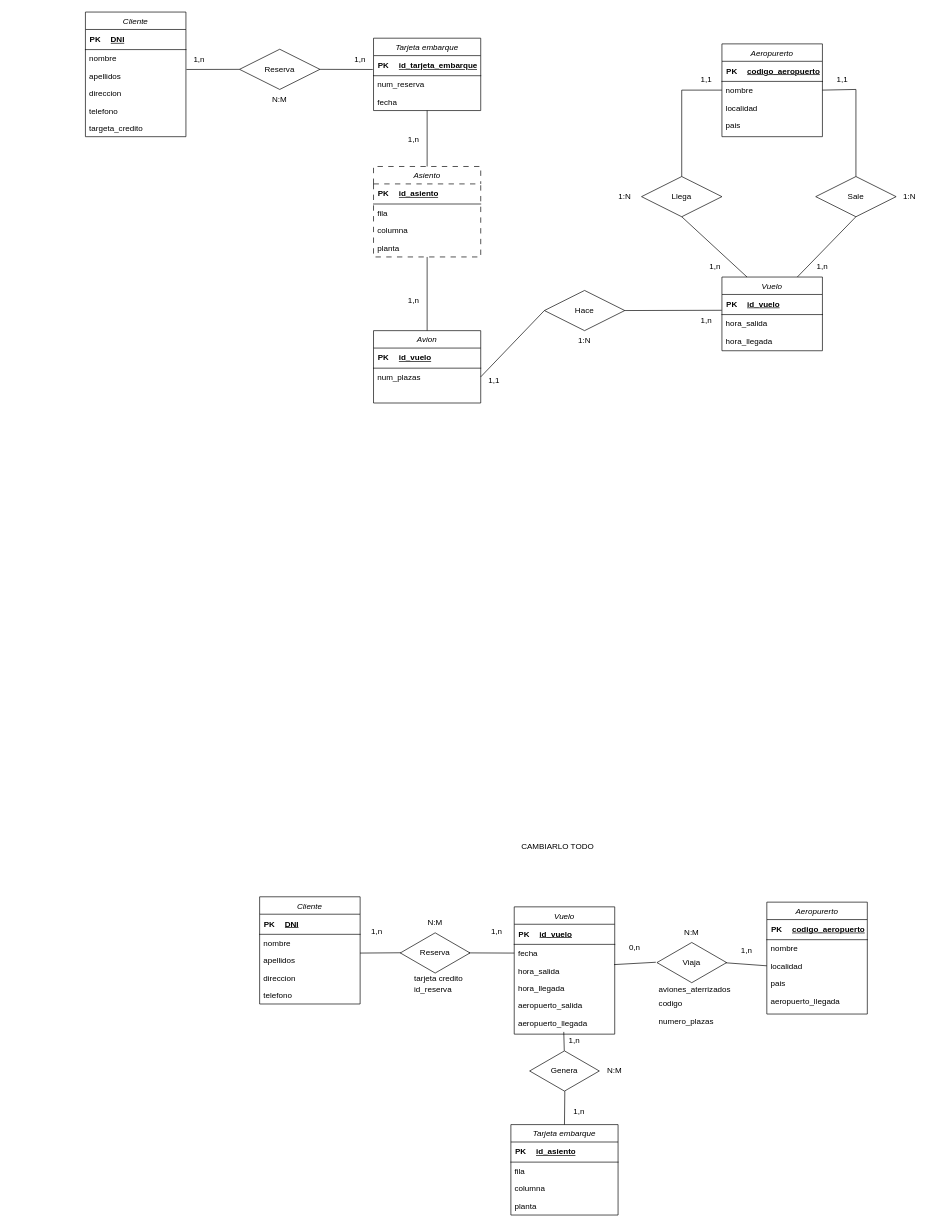
Above: Ejercicio08.drawio in Daninuro/diagrames-cvf-dn-mpl-n-11102023 (draw.io), before the change. Source tidied: cells renumbered, new cells numbered last; positions are measured from the earlier drawing's top-left corner, leaving out a move shared by most shapes. Both pictures are drawn from the tidied source at 67%, with x=0, y=0 at pixel (85, 11).
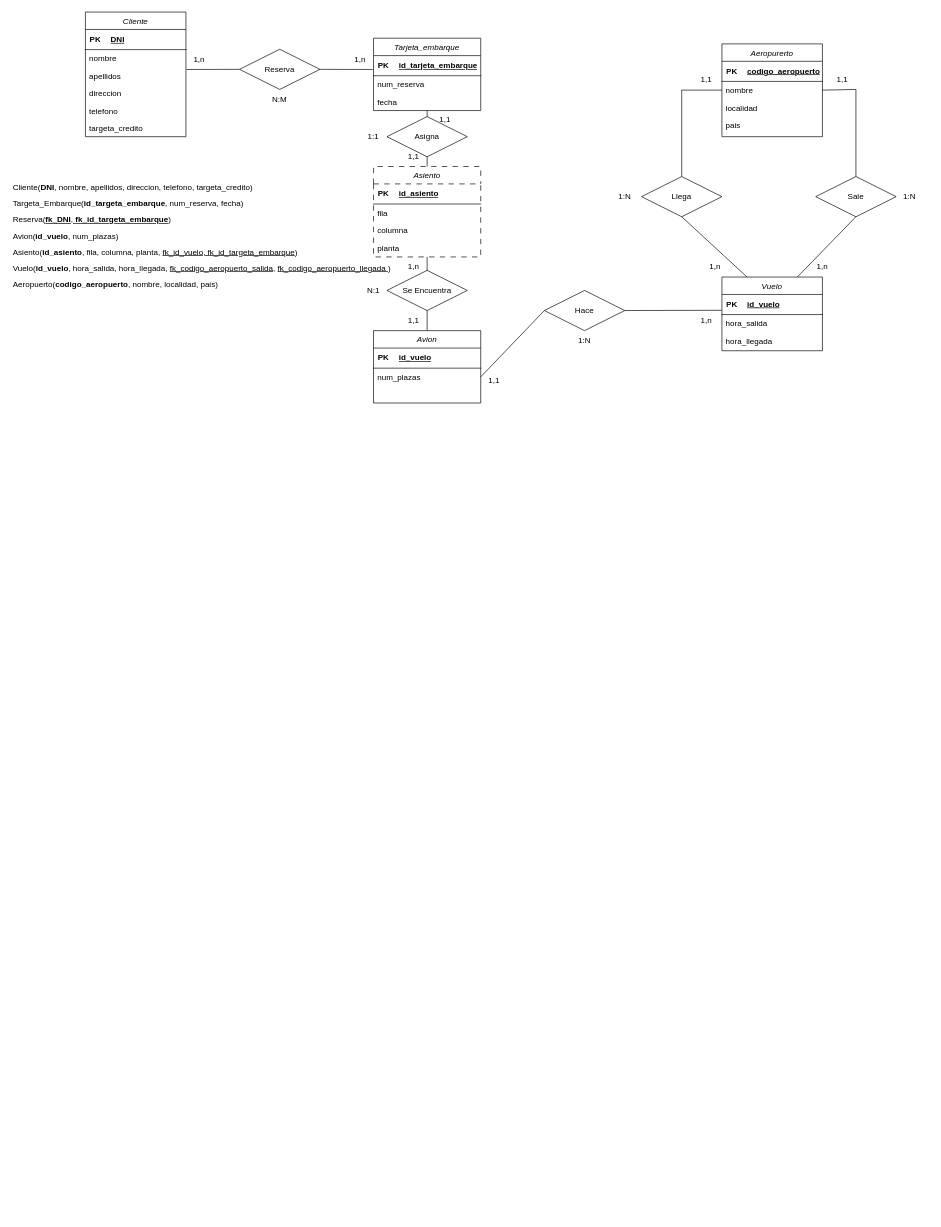
After the change.

Diff of the diagram source:
```diff
@@
-    <mxCell id="2" value="Vuelo" style="swimlane;fontStyle=2;align=center;verticalAlign=top;horizontal=1;startSize=26;rounded=0;shadow=0;strokeWidth=1;" parent="1" vertex="1">
-      <mxGeometry x="640" y="1336" width="150" height="190" as="geometry" />
-    </mxCell>
-    <mxCell id="3" style="shape=table;startSize=0;childLayout=tableLayout;rowLines=0;fontStyle=0;align=center;strokeColor=none;fillColor=none;" parent="2" vertex="1">
-      <mxGeometry y="26" width="150" height="30" as="geometry" />
-    </mxCell>
-    <mxCell id="4" style="shape=tableRow;horizontal=0;startSize=0;swimlaneHead=0;swimlaneBody=0;fillColor=none;top=0;left=0;right=0;bottom=1;" parent="3" vertex="1">
-      <mxGeometry width="150" height="30" as="geometry" />
-    </mxCell>
-    <mxCell id="5" value="PK" style="shape=partialRectangle;fillColor=none;top=0;left=0;bottom=0;right=0;fontStyle=1;overflow=hidden;whiteSpace=wrap;html=1;" parent="4" vertex="1">
-      <mxGeometry width="30" height="30" as="geometry" />
-    </mxCell>
-    <mxCell id="6" value="id_vuelo" style="shape=partialRectangle;fillColor=none;top=0;left=0;bottom=0;right=0;align=left;spacingLeft=6;fontStyle=5;overflow=hidden;whiteSpace=wrap;html=1;" parent="4" vertex="1">
-      <mxGeometry x="30" width="120" height="30" as="geometry" />
-    </mxCell>
-    <mxCell id="7" value="fecha" style="text;align=left;verticalAlign=top;spacingLeft=4;spacingRight=4;overflow=hidden;rounded=0;shadow=0;html=0;" parent="2" vertex="1">
-      <mxGeometry y="56" width="150" height="26" as="geometry" />
-    </mxCell>
-    <mxCell id="8" value="hora_salida" style="text;align=left;verticalAlign=top;spacingLeft=4;spacingRight=4;overflow=hidden;rounded=0;shadow=0;html=0;" parent="2" vertex="1">
-      <mxGeometry y="82" width="150" height="26" as="geometry" />
-    </mxCell>
-    <mxCell id="9" value="hora_llegada" style="text;align=left;verticalAlign=top;spacingLeft=4;spacingRight=4;overflow=hidden;" parent="2" vertex="1">
-      <mxGeometry y="108" width="150" height="26" as="geometry" />
-    </mxCell>
-    <mxCell id="10" value="aeropuerto_salida" style="text;align=left;verticalAlign=top;spacingLeft=4;spacingRight=4;overflow=hidden;" parent="2" vertex="1">
-      <mxGeometry y="134" width="150" height="26" as="geometry" />
-    </mxCell>
-    <mxCell id="11" value="aeropuerto_llegada" style="text;align=left;verticalAlign=top;spacingLeft=4;spacingRight=4;overflow=hidden;points=[[0,0.5],[1,0.5]];portConstraint=eastwest;" parent="2" vertex="1">
-      <mxGeometry y="160" width="150" height="26" as="geometry" />
-    </mxCell>
-    <mxCell id="12" value="Cliente" style="swimlane;fontStyle=2;align=center;verticalAlign=top;horizontal=1;startSize=26;rounded=0;shadow=0;strokeWidth=1;" parent="1" vertex="1">
-      <mxGeometry x="260" y="1321" width="150" height="160" as="geometry" />
-    </mxCell>
-    <mxCell id="13" style="shape=table;startSize=0;childLayout=tableLayout;rowLines=0;fontStyle=0;align=center;strokeColor=none;fillColor=none;" parent="12" vertex="1">
-      <mxGeometry y="26" width="150" height="30" as="geometry" />
-    </mxCell>
-    <mxCell id="14" style="shape=tableRow;horizontal=0;startSize=0;swimlaneHead=0;swimlaneBody=0;fillColor=none;top=0;left=0;right=0;bottom=1;" parent="13" vertex="1">
-      <mxGeometry width="150" height="30" as="geometry" />
-    </mxCell>
-    <mxCell id="15" value="PK" style="shape=partialRectangle;fillColor=none;top=0;left=0;bottom=0;right=0;fontStyle=1;overflow=hidden;whiteSpace=wrap;html=1;" parent="14" vertex="1">
-      <mxGeometry width="30" height="30" as="geometry" />
-    </mxCell>
-    <mxCell id="16" value="DNI" style="shape=partialRectangle;fillColor=none;top=0;left=0;bottom=0;right=0;align=left;spacingLeft=6;fontStyle=5;overflow=hidden;whiteSpace=wrap;html=1;" parent="14" vertex="1">
-      <mxGeometry x="30" width="120" height="30" as="geometry" />
-    </mxCell>
-    <mxCell id="17" value="nombre" style="text;align=left;verticalAlign=top;spacingLeft=4;spacingRight=4;overflow=hidden;rounded=0;shadow=0;html=0;" parent="12" vertex="1">
-      <mxGeometry y="56" width="150" height="26" as="geometry" />
-    </mxCell>
-    <mxCell id="18" value="apellidos" style="text;align=left;verticalAlign=top;spacingLeft=4;spacingRight=4;overflow=hidden;rounded=0;shadow=0;html=0;" parent="12" vertex="1">
-      <mxGeometry y="82" width="150" height="26" as="geometry" />
-    </mxCell>
-    <mxCell id="19" value="direccion" style="text;align=left;verticalAlign=top;spacingLeft=4;spacingRight=4;overflow=hidden;rounded=0;shadow=0;html=0;" parent="12" vertex="1">
-      <mxGeometry y="108" width="150" height="26" as="geometry" />
-    </mxCell>
-    <mxCell id="20" value="telefono" style="text;align=left;verticalAlign=top;spacingLeft=4;spacingRight=4;overflow=hidden;rounded=0;shadow=0;html=0;" parent="12" vertex="1">
-      <mxGeometry y="134" width="150" height="26" as="geometry" />
-    </mxCell>
-    <mxCell id="21" value="Tarjeta embarque" style="swimlane;fontStyle=2;align=center;verticalAlign=top;horizontal=1;startSize=26;rounded=0;shadow=0;strokeWidth=1;" parent="1" vertex="1">
-      <mxGeometry x="635" y="1661" width="160" height="135" as="geometry" />
-    </mxCell>
-    <mxCell id="22" style="shape=table;startSize=0;childLayout=tableLayout;rowLines=0;fontStyle=0;align=center;strokeColor=none;fillColor=none;" parent="21" vertex="1">
-      <mxGeometry y="26" width="160" height="30" as="geometry" />
-    </mxCell>
-    <mxCell id="23" style="shape=tableRow;horizontal=0;startSize=0;swimlaneHead=0;swimlaneBody=0;fillColor=none;top=0;left=0;right=0;bottom=1;" parent="22" vertex="1">
-      <mxGeometry width="160" height="30" as="geometry" />
-    </mxCell>
-    <mxCell id="24" value="PK" style="shape=partialRectangle;fillColor=none;top=0;left=0;bottom=0;right=0;fontStyle=1;overflow=hidden;whiteSpace=wrap;html=1;" parent="23" vertex="1">
-      <mxGeometry width="30" height="30" as="geometry" />
-    </mxCell>
-    <mxCell id="25" value="id_asiento" style="shape=partialRectangle;fillColor=none;top=0;left=0;bottom=0;right=0;align=left;spacingLeft=6;fontStyle=5;overflow=hidden;whiteSpace=wrap;html=1;" parent="23" vertex="1">
-      <mxGeometry x="30" width="130" height="30" as="geometry" />
-    </mxCell>
-    <mxCell id="26" value="fila" style="text;align=left;verticalAlign=top;spacingLeft=4;spacingRight=4;overflow=hidden;rounded=0;shadow=0;html=0;" parent="21" vertex="1">
-      <mxGeometry y="56" width="160" height="26" as="geometry" />
-    </mxCell>
-    <mxCell id="27" value="columna" style="text;align=left;verticalAlign=top;spacingLeft=4;spacingRight=4;overflow=hidden;rounded=0;shadow=0;html=0;" parent="21" vertex="1">
-      <mxGeometry y="82" width="160" height="26" as="geometry" />
-    </mxCell>
-    <mxCell id="28" value="planta" style="text;align=left;verticalAlign=top;spacingLeft=4;spacingRight=4;overflow=hidden;rounded=0;shadow=0;html=0;" parent="21" vertex="1">
-      <mxGeometry y="108" width="160" height="26" as="geometry" />
-    </mxCell>
-    <mxCell id="29" style="html=1;whiteSpace=wrap;shape=isoRectangle;" parent="1" vertex="1">
-      <mxGeometry x="470" y="1373.6" width="104" height="62.4" as="geometry" />
-    </mxCell>
-    <mxCell id="30" value="Reserva" style="text;html=1;strokeColor=none;fillColor=none;align=center;verticalAlign=middle;whiteSpace=wrap;rounded=0;" parent="1" vertex="1">
-      <mxGeometry x="498" y="1396.7" width="48" height="16.2" as="geometry" />
-    </mxCell>
-    <mxCell id="31" style="endArrow=none;html=1;rounded=0;entryX=1;entryY=0.5;entryDx=0;entryDy=0;exitX=0.007;exitY=0.496;exitDx=0;exitDy=0;exitPerimeter=0;" parent="1" edge="1" source="29">
-      <mxGeometry relative="1" as="geometry">
-        <mxPoint x="410" y="1405" as="targetPoint" />
-      </mxGeometry>
-    </mxCell>
-    <mxCell id="32" style="endArrow=none;html=1;rounded=0;entryX=0;entryY=0.5;entryDx=0;entryDy=0;exitX=0.983;exitY=0.499;exitDx=0;exitDy=0;exitPerimeter=0;" parent="1" edge="1" source="29">
-      <mxGeometry relative="1" as="geometry">
-        <mxPoint x="640" y="1405" as="targetPoint" />
-      </mxGeometry>
-    </mxCell>
-    <mxCell id="33" value="1,n" style="text;html=1;strokeColor=none;fillColor=none;align=center;verticalAlign=middle;whiteSpace=wrap;rounded=0;" parent="1" vertex="1">
-      <mxGeometry x="410" y="1360" width="50" height="26" as="geometry" />
-    </mxCell>
-    <mxCell id="34" value="1,n" style="text;html=1;strokeColor=none;fillColor=none;align=center;verticalAlign=middle;whiteSpace=wrap;rounded=0;" parent="1" vertex="1">
-      <mxGeometry x="584" y="1358" width="60" height="30" as="geometry" />
-    </mxCell>
-    <mxCell id="35" value="N:M" style="text;html=1;strokeColor=none;fillColor=none;align=center;verticalAlign=middle;whiteSpace=wrap;rounded=0;" parent="1" vertex="1">
-      <mxGeometry x="492" y="1343.6" width="60" height="30" as="geometry" />
-    </mxCell>
-    <mxCell id="36" style="html=1;whiteSpace=wrap;shape=isoRectangle;" parent="1" vertex="1">
-      <mxGeometry x="663" y="1549.8" width="104" height="62.4" as="geometry" />
-    </mxCell>
-    <mxCell id="37" value="Genera" style="text;html=1;strokeColor=none;fillColor=none;align=center;verticalAlign=middle;whiteSpace=wrap;rounded=0;" parent="1" vertex="1">
-      <mxGeometry x="685" y="1566" width="60" height="30" as="geometry" />
-    </mxCell>
-    <mxCell id="38" style="endArrow=none;html=1;rounded=0;entryX=0.497;entryY=0.016;entryDx=0;entryDy=0;exitX=0.493;exitY=1.026;exitDx=0;exitDy=0;exitPerimeter=0;entryPerimeter=0;" parent="1" edge="1" source="11" target="36">
-      <mxGeometry relative="1" as="geometry" />
-    </mxCell>
-    <mxCell id="39" style="endArrow=none;html=1;rounded=0;entryX=0.5;entryY=0;entryDx=0;entryDy=0;exitX=0.505;exitY=0.982;exitDx=0;exitDy=0;exitPerimeter=0;" parent="1" edge="1" source="36" target="21">
-      <mxGeometry relative="1" as="geometry" />
-    </mxCell>
-    <mxCell id="40" value="1,n" style="text;html=1;strokeColor=none;fillColor=none;align=center;verticalAlign=middle;whiteSpace=wrap;rounded=0;" parent="1" vertex="1">
-      <mxGeometry x="707" y="1626" width="60" height="30" as="geometry" />
-    </mxCell>
-    <mxCell id="41" value="1,n" style="text;html=1;strokeColor=none;fillColor=none;align=center;verticalAlign=middle;whiteSpace=wrap;rounded=0;" parent="1" vertex="1">
-      <mxGeometry x="700" y="1519.8" width="60" height="30" as="geometry" />
-    </mxCell>
-    <mxCell id="42" value="N:M" style="text;html=1;strokeColor=none;fillColor=none;align=center;verticalAlign=middle;whiteSpace=wrap;rounded=0;" parent="1" vertex="1">
-      <mxGeometry x="760" y="1566" width="60" height="30" as="geometry" />
-    </mxCell>
-    <mxCell id="43" value="tarjeta credito" style="text;align=left;verticalAlign=top;spacingLeft=4;spacingRight=4;overflow=hidden;rounded=0;shadow=0;html=0;" parent="1" vertex="1">
-      <mxGeometry x="485" y="1429" width="150" height="26" as="geometry" />
-    </mxCell>
-    <mxCell id="44" value="id_reserva" style="text;align=left;verticalAlign=top;spacingLeft=4;spacingRight=4;overflow=hidden;" parent="1" vertex="1">
-      <mxGeometry x="485" y="1445.2" width="160" height="26" as="geometry" />
-    </mxCell>
-    <mxCell id="45" style="html=1;whiteSpace=wrap;shape=isoRectangle;" parent="1" vertex="1">
-      <mxGeometry x="853" y="1388" width="104" height="62.4" as="geometry" />
-    </mxCell>
-    <mxCell id="46" value="Aeropurerto" style="swimlane;fontStyle=2;align=center;verticalAlign=top;horizontal=1;startSize=26;rounded=0;shadow=0;strokeWidth=1;" parent="1" vertex="1">
-      <mxGeometry x="1017" y="1329" width="150" height="167" as="geometry" />
-    </mxCell>
-    <mxCell id="47" style="shape=table;startSize=0;childLayout=tableLayout;rowLines=0;fontStyle=0;align=center;strokeColor=none;fillColor=none;" parent="46" vertex="1">
-      <mxGeometry y="26" width="150" height="30" as="geometry" />
-    </mxCell>
-    <mxCell id="48" style="shape=tableRow;horizontal=0;startSize=0;swimlaneHead=0;swimlaneBody=0;fillColor=none;top=0;left=0;right=0;bottom=1;" parent="47" vertex="1">
-      <mxGeometry width="150" height="30" as="geometry" />
-    </mxCell>
-    <mxCell id="49" value="PK" style="shape=partialRectangle;fillColor=none;top=0;left=0;bottom=0;right=0;fontStyle=1;overflow=hidden;whiteSpace=wrap;html=1;" parent="48" vertex="1">
-      <mxGeometry width="30" height="30" as="geometry" />
-    </mxCell>
-    <mxCell id="50" value="codigo_aeropuerto" style="shape=partialRectangle;fillColor=none;top=0;left=0;bottom=0;right=0;align=left;spacingLeft=6;fontStyle=5;overflow=hidden;whiteSpace=wrap;html=1;" parent="48" vertex="1">
-      <mxGeometry x="30" width="120" height="30" as="geometry" />
-    </mxCell>
-    <mxCell id="51" value="nombre" style="text;align=left;verticalAlign=top;spacingLeft=4;spacingRight=4;overflow=hidden;rounded=0;shadow=0;html=0;" parent="46" vertex="1">
-      <mxGeometry y="56" width="150" height="26" as="geometry" />
-    </mxCell>
-    <mxCell id="52" value="localidad" style="text;align=left;verticalAlign=top;spacingLeft=4;spacingRight=4;overflow=hidden;points=[[0,0.5],[1,0.5]];portConstraint=eastwest;rounded=0;shadow=0;html=0;" parent="46" vertex="1">
-      <mxGeometry y="82" width="150" height="26" as="geometry" />
-    </mxCell>
-    <mxCell id="53" value="pais" style="text;align=left;verticalAlign=top;spacingLeft=4;spacingRight=4;overflow=hidden;" parent="46" vertex="1">
-      <mxGeometry y="108" width="150" height="26" as="geometry" />
-    </mxCell>
-    <mxCell id="54" value="aeropuerto_llegada" style="text;align=left;verticalAlign=top;spacingLeft=4;spacingRight=4;overflow=hidden;" parent="46" vertex="1">
-      <mxGeometry y="134" width="150" height="26" as="geometry" />
-    </mxCell>
-    <mxCell id="55" value="Viaja" style="text;html=1;strokeColor=none;fillColor=none;align=center;verticalAlign=middle;whiteSpace=wrap;rounded=0;" parent="1" vertex="1">
-      <mxGeometry x="875" y="1404.2" width="60" height="30" as="geometry" />
-    </mxCell>
-    <mxCell id="56" style="endArrow=none;html=1;rounded=0;entryX=1;entryY=0.5;entryDx=0;entryDy=0;exitX=-0.016;exitY=0.492;exitDx=0;exitDy=0;exitPerimeter=0;" parent="1" edge="1" source="45">
-      <mxGeometry relative="1" as="geometry">
-        <mxPoint x="789" y="1422.2" as="targetPoint" />
-      </mxGeometry>
-    </mxCell>
-    <mxCell id="57" style="endArrow=none;html=1;rounded=0;entryX=0;entryY=0.5;entryDx=0;entryDy=0;exitX=0.986;exitY=0.505;exitDx=0;exitDy=0;exitPerimeter=0;" parent="1" edge="1" source="45" target="52">
-      <mxGeometry relative="1" as="geometry" />
-    </mxCell>
-    <mxCell id="58" value="aviones_aterrizados" style="text;align=left;verticalAlign=top;spacingLeft=4;spacingRight=4;overflow=hidden;" parent="1" vertex="1">
-      <mxGeometry x="850" y="1445.2" width="150" height="26" as="geometry" />
-    </mxCell>
-    <mxCell id="59" value="codigo" style="text;align=left;verticalAlign=top;spacingLeft=4;spacingRight=4;overflow=hidden;" parent="1" vertex="1">
-      <mxGeometry x="850" y="1466" width="150" height="26" as="geometry" />
-    </mxCell>
-    <mxCell id="60" value="numero_plazas" style="text;align=left;verticalAlign=top;spacingLeft=4;spacingRight=4;overflow=hidden;" parent="1" vertex="1">
-      <mxGeometry x="850" y="1493.8" width="150" height="26" as="geometry" />
-    </mxCell>
-    <mxCell id="61" value="0,n" style="text;html=1;strokeColor=none;fillColor=none;align=center;verticalAlign=middle;whiteSpace=wrap;rounded=0;" parent="1" vertex="1">
-      <mxGeometry x="790" y="1382.2" width="60" height="30" as="geometry" />
-    </mxCell>
-    <mxCell id="62" value="1,n" style="text;html=1;strokeColor=none;fillColor=none;align=center;verticalAlign=middle;whiteSpace=wrap;rounded=0;" parent="1" vertex="1">
-      <mxGeometry x="957" y="1386" width="60" height="30" as="geometry" />
-    </mxCell>
-    <mxCell id="63" value="N:M" style="text;html=1;strokeColor=none;fillColor=none;align=center;verticalAlign=middle;whiteSpace=wrap;rounded=0;" parent="1" vertex="1">
-      <mxGeometry x="875" y="1359.8" width="60" height="30" as="geometry" />
-    </mxCell>
-    <mxCell id="64" value="CAMBIARLO TODO" style="text;html=1;strokeColor=none;fillColor=none;align=center;verticalAlign=middle;whiteSpace=wrap;rounded=0;" parent="1" vertex="1">
-      <mxGeometry x="440" y="1156" width="530" height="180" as="geometry" />
-    </mxCell>
@@
-    <mxCell id="82" value="Tarjeta embarque" style="swimlane;fontStyle=2;align=center;verticalAlign=top;horizontal=1;startSize=26;rounded=0;shadow=0;strokeWidth=1;" parent="1" vertex="1">
+    <mxCell id="82" value="Tarjeta_embarque" style="swimlane;fontStyle=2;align=center;verticalAlign=top;horizontal=1;startSize=26;rounded=0;shadow=0;strokeWidth=1;" parent="1" vertex="1">
       <mxGeometry x="430" y="39.5" width="160" height="108" as="geometry" />
     </mxCell>
@@
-    <mxCell id="125" value="1,n" style="text;html=1;strokeColor=none;fillColor=none;align=center;verticalAlign=middle;whiteSpace=wrap;rounded=0;" parent="1" vertex="1">
-      <mxGeometry x="460" y="416" width="60" height="30" as="geometry" />
+    <mxCell id="125" value="1,1" style="text;html=1;strokeColor=none;fillColor=none;align=center;verticalAlign=middle;whiteSpace=wrap;rounded=0;" parent="1" vertex="1">
+      <mxGeometry x="460" y="201" width="60" height="30" as="geometry" />
     </mxCell>
@@
-    <mxCell id="128" value="1,n" style="text;html=1;strokeColor=none;fillColor=none;align=center;verticalAlign=middle;whiteSpace=wrap;rounded=0;" parent="1" vertex="1">
-      <mxGeometry x="460" y="176" width="60" height="30" as="geometry" />
+    <mxCell id="128" value="1,1" style="text;html=1;strokeColor=none;fillColor=none;align=center;verticalAlign=middle;whiteSpace=wrap;rounded=0;" parent="1" vertex="1">
+      <mxGeometry x="507" y="146" width="60" height="30" as="geometry" />
     </mxCell>
@@
+    <mxCell id="139" value="&lt;div style=&quot;line-height: 200%;&quot;&gt;Cliente(&lt;b&gt;DNI&lt;/b&gt;, nombre, apellidos, direccion, telefono, targeta_credito)&lt;/div&gt;&lt;div style=&quot;line-height: 200%;&quot;&gt;Targeta_Embarque(&lt;b&gt;id_targeta_embarque&lt;/b&gt;, num_reserva, fecha)&lt;/div&gt;&lt;div style=&quot;line-height: 200%;&quot;&gt;Reserva(&lt;u&gt;&lt;b&gt;fk_DNI&lt;/b&gt;, &lt;/u&gt;&lt;b style=&quot;&quot;&gt;&lt;u&gt;fk_id_targeta_embarque&lt;/u&gt;&lt;/b&gt;)&lt;/div&gt;&lt;div style=&quot;line-height: 200%;&quot;&gt;Avion(&lt;b&gt;id_vuelo&lt;/b&gt;, num_plazas)&lt;/div&gt;&lt;div style=&quot;line-height: 200%;&quot;&gt;Asiento(&lt;b&gt;id_asiento&lt;/b&gt;, fila, columna, planta, &lt;u&gt;fk_id_vuelo, fk_id_targeta_embarque&lt;/u&gt;)&lt;/div&gt;&lt;div style=&quot;line-height: 200%;&quot;&gt;Vuelo(&lt;b&gt;id_vuelo&lt;/b&gt;, hora_salida, hora_llegada, &lt;u&gt;fk_codigo_aeropuerto_salida&lt;/u&gt;, &lt;u&gt;fk_codigo_aeropuerto_llegada &lt;/u&gt;)&lt;/div&gt;&lt;div style=&quot;line-height: 200%;&quot;&gt;Aeropuerto(&lt;b&gt;codigo_aeropuerto&lt;/b&gt;, nombre, localidad, pais)&lt;/div&gt;" style="text;html=1;strokeColor=none;fillColor=none;align=left;verticalAlign=middle;whiteSpace=wrap;rounded=0;" parent="1" vertex="1">
+      <mxGeometry x="-110" y="246" width="620" height="175" as="geometry" />
+    </mxCell>
+    <mxCell id="140" value="Se Encuentra" style="shape=rhombus;perimeter=rhombusPerimeter;whiteSpace=wrap;html=1;align=center;" parent="1" vertex="1">
+      <mxGeometry x="450" y="386" width="120" height="60" as="geometry" />
+    </mxCell>
+    <mxCell id="141" value="Asigna" style="shape=rhombus;perimeter=rhombusPerimeter;whiteSpace=wrap;html=1;align=center;" parent="1" vertex="1">
+      <mxGeometry x="450" y="156.5" width="120" height="60" as="geometry" />
+    </mxCell>
+    <mxCell id="142" value="1,n" style="text;html=1;strokeColor=none;fillColor=none;align=center;verticalAlign=middle;whiteSpace=wrap;rounded=0;" parent="1" vertex="1">
+      <mxGeometry x="460" y="366" width="60" height="30" as="geometry" />
+    </mxCell>
+    <mxCell id="143" value="1,1" style="text;html=1;strokeColor=none;fillColor=none;align=center;verticalAlign=middle;whiteSpace=wrap;rounded=0;" parent="1" vertex="1">
+      <mxGeometry x="460" y="446" width="60" height="30" as="geometry" />
+    </mxCell>
+    <mxCell id="144" value="N:1" style="text;html=1;strokeColor=none;fillColor=none;align=center;verticalAlign=middle;whiteSpace=wrap;rounded=0;" parent="1" vertex="1">
+      <mxGeometry x="400" y="401" width="60" height="30" as="geometry" />
+    </mxCell>
+    <mxCell id="145" value="1:1" style="text;html=1;strokeColor=none;fillColor=none;align=center;verticalAlign=middle;whiteSpace=wrap;rounded=0;" parent="1" vertex="1">
+      <mxGeometry x="400" y="171" width="60" height="30" as="geometry" />
+    </mxCell>
```
